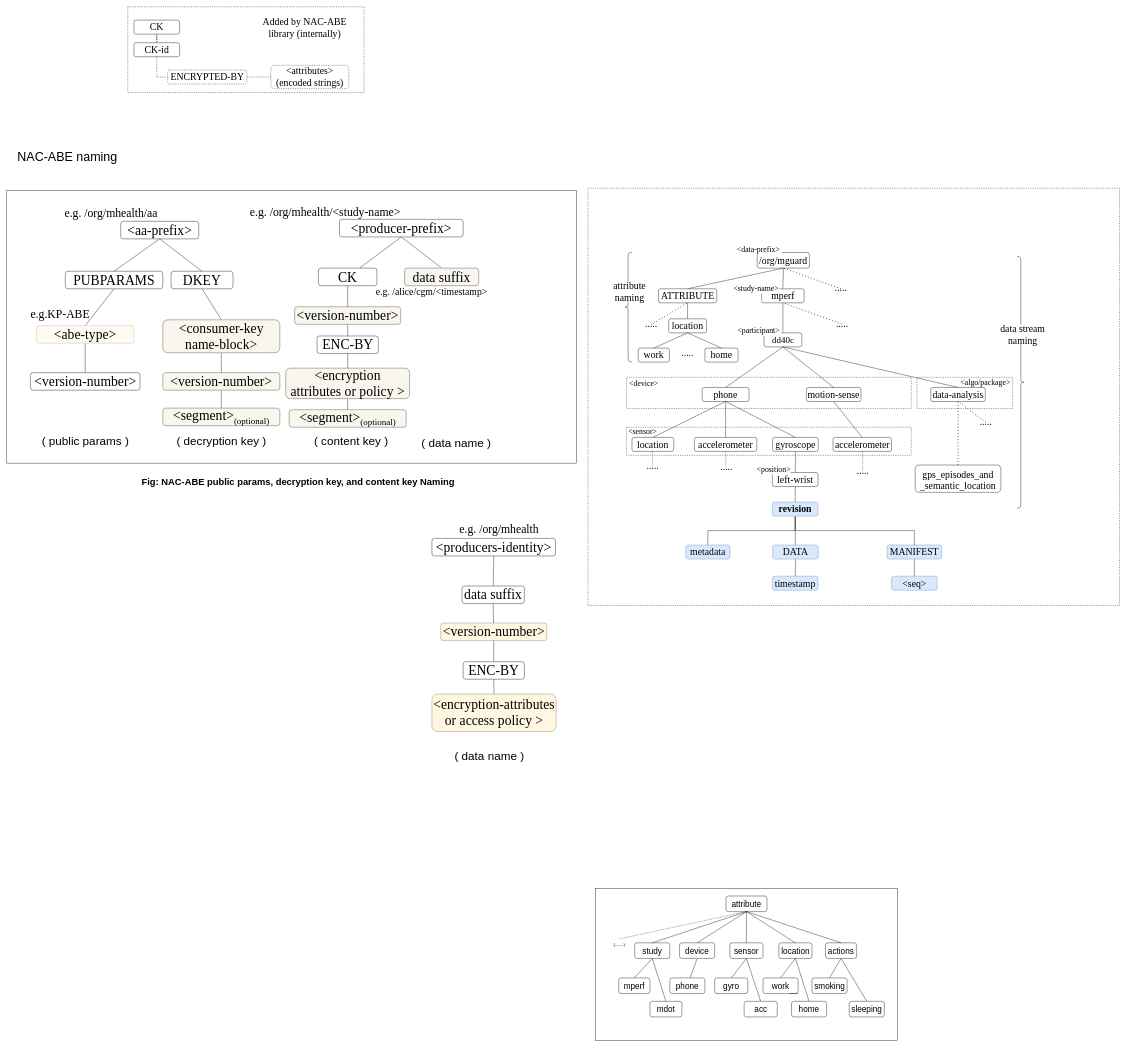
Above: page "Namespace" (2 of 4) of docs/latest mGuard .drawio in dulalsaurab/new-mguard (draw.io), before the change. Source tidied: cells renumbered, new cells numbered last; positions are measured from the earlier drawing's top-left corner, leaving out a move shared by most shapes. Both pictures are drawn from the tidied source at 39%, with x=0, y=0 at pixel (7, 7).
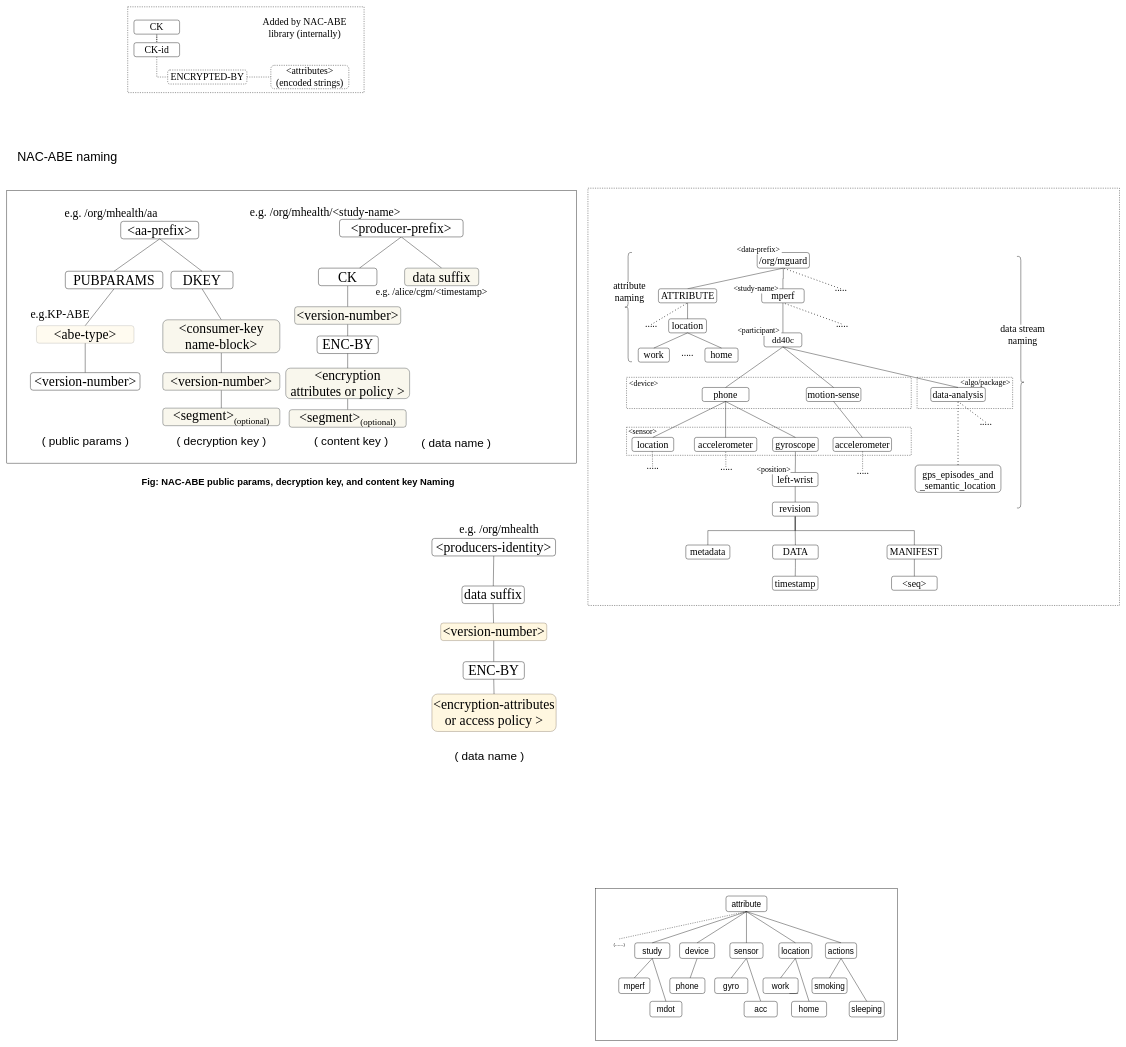
The same diagram, later.

Change to the diagram source:
```diff
@@
-    <mxCell id="33" value="&lt;span style=&quot;font-size: 25px;&quot;&gt;DATA&lt;/span&gt;" style="rounded=1;whiteSpace=wrap;html=1;fontStyle=0;fontFamily=Times New Roman;fontSize=25;fillColor=#dae8fc;strokeColor=#6c8ebf;" parent="1" vertex="1">
+    <mxCell id="33" value="&lt;span style=&quot;font-size: 25px;&quot;&gt;DATA&lt;/span&gt;" style="rounded=1;whiteSpace=wrap;html=1;fontStyle=0;fontFamily=Times New Roman;fontSize=25;" parent="1" vertex="1">
       <mxGeometry x="1963.5" y="1380" width="117" height="36" as="geometry" />
     </mxCell>
-    <mxCell id="34" value="&lt;span style=&quot;font-size: 25px&quot;&gt;MANIFEST&lt;/span&gt;" style="rounded=1;whiteSpace=wrap;html=1;fontStyle=0;fontFamily=Times New Roman;fontSize=25;fillColor=#dae8fc;strokeColor=#6c8ebf;" parent="1" vertex="1">
+    <mxCell id="34" value="&lt;span style=&quot;font-size: 25px&quot;&gt;MANIFEST&lt;/span&gt;" style="rounded=1;whiteSpace=wrap;html=1;fontStyle=0;fontFamily=Times New Roman;fontSize=25;" parent="1" vertex="1">
       <mxGeometry x="2257" y="1380" width="140" height="36" as="geometry" />
     </mxCell>
-    <mxCell id="35" value="&lt;span style=&quot;font-size: 25px;&quot;&gt;&amp;lt;seq&amp;gt;&lt;/span&gt;" style="rounded=1;whiteSpace=wrap;html=1;fontStyle=0;fontFamily=Times New Roman;fontSize=25;fillColor=#dae8fc;strokeColor=#6c8ebf;" parent="1" vertex="1">
+    <mxCell id="35" value="&lt;span style=&quot;font-size: 25px;&quot;&gt;&amp;lt;seq&amp;gt;&lt;/span&gt;" style="rounded=1;whiteSpace=wrap;html=1;fontStyle=0;fontFamily=Times New Roman;fontSize=25;" parent="1" vertex="1">
       <mxGeometry x="2268.5" y="1460" width="117" height="36" as="geometry" />
     </mxCell>
-    <mxCell id="36" value="&lt;span style=&quot;font-size: 25px;&quot;&gt;timestamp&lt;/span&gt;" style="rounded=1;whiteSpace=wrap;html=1;fontStyle=0;fontFamily=Times New Roman;fontSize=25;fillColor=#dae8fc;strokeColor=#6c8ebf;" parent="1" vertex="1">
+    <mxCell id="36" value="&lt;span style=&quot;font-size: 25px;&quot;&gt;timestamp&lt;/span&gt;" style="rounded=1;whiteSpace=wrap;html=1;fontStyle=0;fontFamily=Times New Roman;fontSize=25;" parent="1" vertex="1">
       <mxGeometry x="1963" y="1460" width="117" height="36" as="geometry" />
     </mxCell>
@@
-    <mxCell id="109" value="&lt;span style=&quot;font-size: 25px;&quot;&gt;revision&lt;/span&gt;" style="rounded=1;whiteSpace=wrap;html=1;fontStyle=1;fontFamily=Times New Roman;fontSize=25;fillColor=#dae8fc;strokeColor=#6c8ebf;" parent="1" vertex="1">
+    <mxCell id="109" value="&lt;span style=&quot;font-size: 25px;&quot;&gt;revision&lt;/span&gt;" style="rounded=1;whiteSpace=wrap;html=1;fontStyle=0;fontFamily=Times New Roman;fontSize=25;" parent="1" vertex="1">
       <mxGeometry x="1963" y="1270" width="117" height="36" as="geometry" />
     </mxCell>
-    <mxCell id="110" value="&lt;span style=&quot;font-size: 25px;&quot;&gt;metadata&lt;/span&gt;" style="rounded=1;whiteSpace=wrap;html=1;fontStyle=0;fontFamily=Times New Roman;fontSize=25;fillColor=#dae8fc;strokeColor=#6c8ebf;" parent="1" vertex="1">
+    <mxCell id="110" value="&lt;span style=&quot;font-size: 25px;&quot;&gt;metadata&lt;/span&gt;" style="rounded=1;whiteSpace=wrap;html=1;fontStyle=0;fontFamily=Times New Roman;fontSize=25;" parent="1" vertex="1">
       <mxGeometry x="1741" y="1380" width="113" height="36" as="geometry" />
     </mxCell>
```
